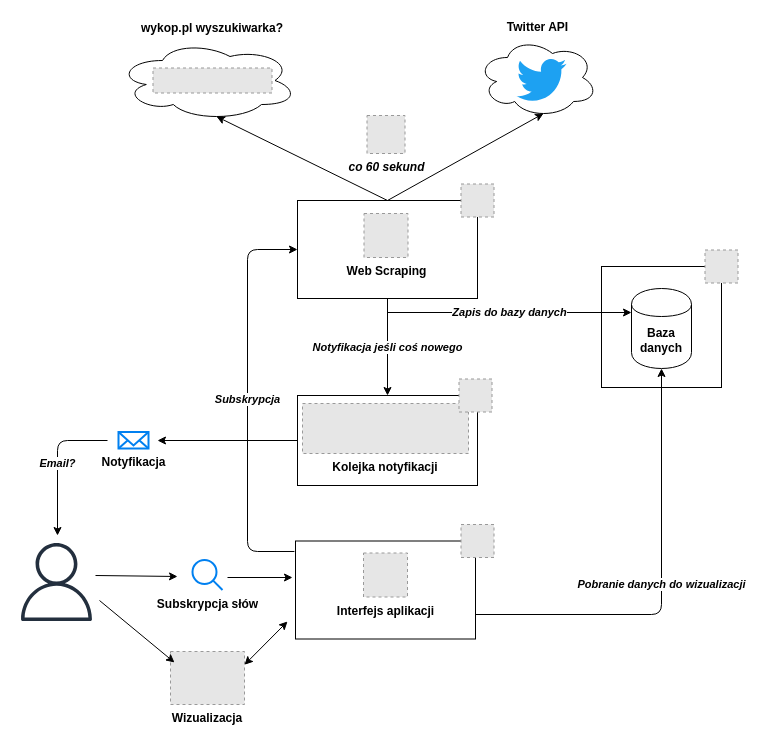
Earlier version of the draw.io diagram application_diagram.drawio (peterek333/WebMining). Source tidied: cells renumbered, new cells numbered last; positions are measured from the earlier drawing's top-left corner, leaving out a move shared by most shapes. Both pictures are drawn from the tidied source at 100%, with x=0, y=0 at pixel (17, 17). Pictures stored in the file or linked from it are replaced by grey dashed boxes.
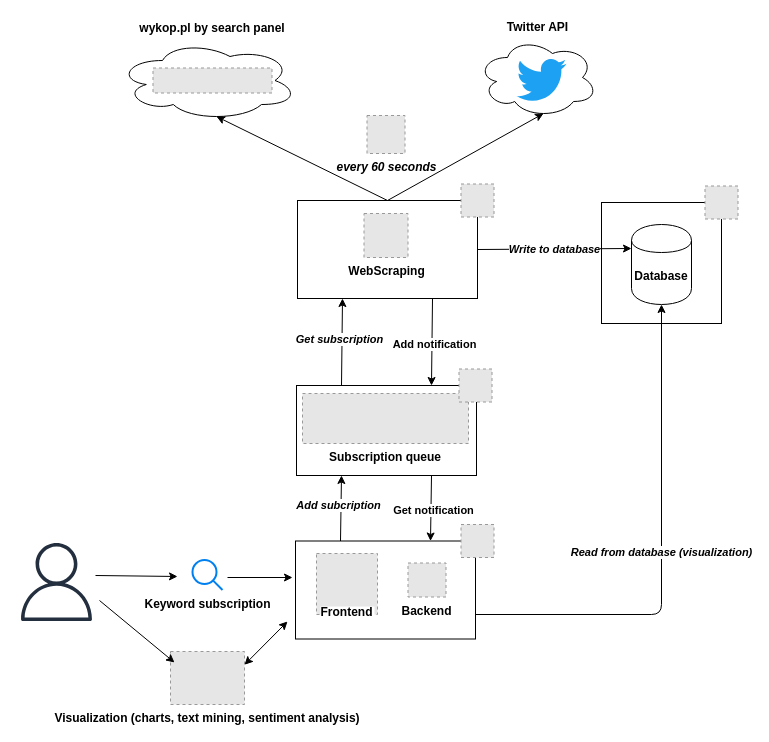
Above is the later version.

Unchanged cells that the change refers to:
```xml
<mxCell id="10" style="rounded=0;whiteSpace=wrap;html=1;" parent="1" vertex="1">
  <mxGeometry x="280" y="183" width="180" height="98" as="geometry" />
</mxCell>
<mxCell id="22" style="rounded=0;whiteSpace=wrap;html=1;" parent="1" vertex="1">
  <mxGeometry x="278" y="523.5" width="180" height="98" as="geometry" />
</mxCell>
```

Diff of the diagram source:
```diff
@@
-    <mxCell id="7" value="wykop.pl wyszukiwarka?" style="text;html=1;strokeColor=none;fillColor=none;align=center;verticalAlign=middle;whiteSpace=wrap;rounded=0;fontStyle=1;" parent="1" vertex="1">
+    <mxCell id="7" value="wykop.pl by search panel" style="text;html=1;strokeColor=none;fillColor=none;align=center;verticalAlign=middle;whiteSpace=wrap;rounded=0;fontStyle=1;" parent="1" vertex="1">
       <mxGeometry x="120" y="1" width="150" height="20" as="geometry" />
     </mxCell>
     <mxCell id="8" style="rounded=0;whiteSpace=wrap;html=1;" parent="1" vertex="1">
-      <mxGeometry x="280" y="378" width="180" height="90" as="geometry" />
+      <mxGeometry x="279" y="368" width="180" height="90" as="geometry" />
     </mxCell>
-    <mxCell id="9" value="Kolejka notyfikacji" style="fillColor=#E6E6E6;strokeColor=#999999;dashed=1;verticalLabelPosition=bottom;labelBackgroundColor=#ffffff;verticalAlign=top;fontStyle=1;" parent="1" vertex="1">
-      <mxGeometry x="285" y="386" width="166" height="50" as="geometry" />
+    <mxCell id="9" value="Subscription queue" style="fillColor=#E6E6E6;strokeColor=#999999;dashed=1;verticalLabelPosition=bottom;labelBackgroundColor=#ffffff;verticalAlign=top;fontStyle=1;" parent="1" vertex="1">
+      <mxGeometry x="285" y="376" width="166" height="50" as="geometry" />
     </mxCell>
@@
-    <mxCell id="11" value="&lt;b&gt;co 60 sekund&lt;/b&gt;&lt;br&gt;" style="fillColor=#E6E6E6;strokeColor=#999999;dashed=1;html=1;verticalAlign=top;verticalLabelPosition=bottom;labelBackgroundColor=#ffffff;fontStyle=2;" parent="1" vertex="1">
+    <mxCell id="11" value="&lt;b&gt;every 60 seconds&lt;/b&gt;&lt;br&gt;" style="fillColor=#E6E6E6;strokeColor=#999999;dashed=1;html=1;verticalAlign=top;verticalLabelPosition=bottom;labelBackgroundColor=#ffffff;fontStyle=2;" parent="1" vertex="1">
       <mxGeometry x="349.5" y="98" width="38" height="38" as="geometry" />
     </mxCell>
@@
-    <mxCell id="14" value="&lt;b&gt;Web Scraping&lt;/b&gt;" style="fillColor=#E6E6E6;strokeColor=#999999;dashed=1;html=1;verticalAlign=top;verticalLabelPosition=bottom;labelBackgroundColor=#ffffff;" parent="1" vertex="1">
+    <mxCell id="14" value="&lt;b&gt;WebScraping&lt;/b&gt;" style="fillColor=#E6E6E6;strokeColor=#999999;dashed=1;html=1;verticalAlign=top;verticalLabelPosition=bottom;labelBackgroundColor=#ffffff;" parent="1" vertex="1">
       <mxGeometry x="346.5" y="196" width="44" height="44" as="geometry" />
     </mxCell>
     <mxCell id="15" style="rounded=0;whiteSpace=wrap;html=1;" parent="1" vertex="1">
-      <mxGeometry x="584" y="249" width="120" height="121" as="geometry" />
+      <mxGeometry x="584" y="185" width="120" height="121" as="geometry" />
     </mxCell>
-    <mxCell id="16" value="&lt;b&gt;Baza danych&lt;/b&gt;" style="shape=cylinder;whiteSpace=wrap;html=1;boundedLbl=1;backgroundOutline=1;" parent="1" vertex="1">
-      <mxGeometry x="614" y="271" width="60" height="80" as="geometry" />
+    <mxCell id="16" value="&lt;b&gt;Database&lt;/b&gt;" style="shape=cylinder;whiteSpace=wrap;html=1;boundedLbl=1;backgroundOutline=1;" parent="1" vertex="1">
+      <mxGeometry x="614" y="207" width="60" height="80" as="geometry" />
     </mxCell>
-    <mxCell id="17" value="&lt;b&gt;&lt;i&gt;Zapis do bazy danych&lt;/i&gt;&lt;/b&gt;" style="endArrow=classic;html=1;entryX=0;entryY=0.3;entryDx=0;entryDy=0;" parent="1" edge="1" target="16">
-      <mxGeometry relative="1" as="geometry">
-        <mxPoint x="370" y="295" as="sourcePoint" />
-      </mxGeometry>
+    <mxCell id="17" value="&lt;b&gt;&lt;i&gt;Write to database&lt;/i&gt;&lt;/b&gt;" style="endArrow=classic;html=1;entryX=0;entryY=0.3;entryDx=0;entryDy=0;exitX=1;exitY=0.5;exitDx=0;exitDy=0;" parent="1" edge="1" source="10" target="16">
+      <mxGeometry relative="1" as="geometry" />
     </mxCell>
-    <mxCell id="18" value="&lt;b&gt;&lt;i&gt;Notyfikacja jeśli coś nowego&lt;/i&gt;&lt;/b&gt;" style="endArrow=classic;html=1;exitX=0.5;exitY=1;exitDx=0;exitDy=0;entryX=0.5;entryY=0;entryDx=0;entryDy=0;" parent="1" edge="1" source="10" target="8">
+    <mxCell id="18" value="&lt;b&gt;&lt;i&gt;Get subscription&lt;/i&gt;&lt;/b&gt;" style="endArrow=classic;html=1;exitX=0.25;exitY=0;exitDx=0;exitDy=0;entryX=0.25;entryY=1;entryDx=0;entryDy=0;spacingBottom=5;spacingLeft=-5;" parent="1" edge="1" source="8" target="10">
       <mxGeometry relative="1" as="geometry" />
     </mxCell>
-    <mxCell id="19" value="&lt;b&gt;Notyfikacja&lt;/b&gt;" style="html=1;verticalLabelPosition=bottom;align=center;labelBackgroundColor=#ffffff;verticalAlign=top;strokeWidth=2;strokeColor=#0080F0;fillColor=#ffffff;shadow=0;dashed=0;shape=mxgraph.ios7.icons.mail;" parent="1" vertex="1">
-      <mxGeometry x="101" y="414.5" width="30" height="16.5" as="geometry" />
-    </mxCell>
@@
-    <mxCell id="21" value="Wizualizacja" style="fillColor=#E6E6E6;strokeColor=#999999;dashed=1;verticalLabelPosition=bottom;labelBackgroundColor=#ffffff;verticalAlign=top;fontStyle=1;" parent="1" vertex="1">
+    <mxCell id="21" value="Visualization (charts, text mining, sentiment analysis)" style="fillColor=#E6E6E6;strokeColor=#999999;dashed=1;verticalLabelPosition=bottom;labelBackgroundColor=#ffffff;verticalAlign=top;fontStyle=1;" parent="1" vertex="1">
       <mxGeometry x="153" y="634" width="74" height="53" as="geometry" />
     </mxCell>
@@
-    <mxCell id="23" value="&lt;b&gt;Interfejs aplikacji&lt;br&gt;&lt;br&gt;&lt;/b&gt;" style="fillColor=#E6E6E6;strokeColor=#999999;dashed=1;html=1;verticalAlign=top;verticalLabelPosition=bottom;labelBackgroundColor=#ffffff;" parent="1" vertex="1">
-      <mxGeometry x="346" y="535.5" width="44" height="44" as="geometry" />
-    </mxCell>
@@
-    <mxCell id="26" value="&lt;b&gt;&lt;i&gt;Pobranie danych do wizualizacji&lt;/i&gt;&lt;/b&gt;" style="endArrow=classic;html=1;exitX=1;exitY=0.75;exitDx=0;exitDy=0;entryX=0.5;entryY=1;entryDx=0;entryDy=0;" parent="1" edge="1" source="22" target="16">
+    <mxCell id="26" value="&lt;b&gt;&lt;i&gt;Read from database (visualization)&lt;/i&gt;&lt;/b&gt;" style="endArrow=classic;html=1;exitX=1;exitY=0.75;exitDx=0;exitDy=0;entryX=0.5;entryY=1;entryDx=0;entryDy=0;" parent="1" edge="1" source="22" target="16">
       <mxGeometry relative="1" as="geometry">
         <Array as="points">
           <mxPoint x="644" y="597" />
         </Array>
       </mxGeometry>
     </mxCell>
-    <mxCell id="27" value="&lt;b&gt;Subskrypcja słów&lt;/b&gt;&lt;br&gt;" style="html=1;verticalLabelPosition=bottom;align=center;labelBackgroundColor=#ffffff;verticalAlign=top;strokeWidth=2;strokeColor=#0080F0;fillColor=#ffffff;shadow=0;dashed=0;shape=mxgraph.ios7.icons.looking_glass;" parent="1" vertex="1">
+    <mxCell id="27" value="&lt;b&gt;Keyword subscription&lt;/b&gt;" style="html=1;verticalLabelPosition=bottom;align=center;labelBackgroundColor=#ffffff;verticalAlign=top;strokeWidth=2;strokeColor=#0080F0;fillColor=#ffffff;shadow=0;dashed=0;shape=mxgraph.ios7.icons.looking_glass;" parent="1" vertex="1">
       <mxGeometry x="175" y="542.5" width="30" height="30" as="geometry" />
     </mxCell>
@@
-    <mxCell id="30" value="&lt;b&gt;&lt;i&gt;Subskrypcja&lt;/i&gt;&lt;/b&gt;" style="endArrow=classic;html=1;exitX=-0.006;exitY=0.107;exitDx=0;exitDy=0;exitPerimeter=0;entryX=0;entryY=0.5;entryDx=0;entryDy=0;" parent="1" edge="1" source="22" target="10">
-      <mxGeometry relative="1" as="geometry">
-        <Array as="points">
-          <mxPoint x="230" y="534" />
-          <mxPoint x="230" y="232" />
-        </Array>
-      </mxGeometry>
-    </mxCell>
-    <mxCell id="31" style="endArrow=classic;html=1;exitX=0;exitY=0.5;exitDx=0;exitDy=0;" parent="1" edge="1" source="8">
-      <mxGeometry relative="1" as="geometry">
-        <mxPoint x="140" y="423" as="targetPoint" />
-      </mxGeometry>
-    </mxCell>
-    <mxCell id="32" value="&lt;b&gt;&lt;i&gt;Email?&lt;/i&gt;&lt;/b&gt;" style="endArrow=classic;html=1;" parent="1" edge="1">
-      <mxGeometry relative="1" as="geometry">
-        <mxPoint x="90" y="423" as="sourcePoint" />
-        <mxPoint x="40" y="518" as="targetPoint" />
-        <Array as="points">
-          <mxPoint x="40" y="423" />
-        </Array>
-      </mxGeometry>
-    </mxCell>
@@
     <mxCell id="34" style="fillColor=#E6E6E6;strokeColor=#999999;dashed=1;html=1;verticalAlign=top;verticalLabelPosition=bottom;labelBackgroundColor=#ffffff;" parent="1" vertex="1">
-      <mxGeometry x="687.5" y="232.5" width="33" height="33" as="geometry" />
+      <mxGeometry x="687.5" y="168.5" width="33" height="33" as="geometry" />
     </mxCell>
     <mxCell id="35" style="fillColor=#E6E6E6;strokeColor=#999999;dashed=1;html=1;verticalAlign=top;verticalLabelPosition=bottom;labelBackgroundColor=#ffffff;" parent="1" vertex="1">
-      <mxGeometry x="441.5" y="361.5" width="33" height="33" as="geometry" />
+      <mxGeometry x="441.5" y="351.5" width="33" height="33" as="geometry" />
     </mxCell>
@@
+    <mxCell id="37" value="&lt;b&gt;&lt;i&gt;Add subcription&lt;br&gt;&lt;/i&gt;&lt;/b&gt;" style="endArrow=classic;html=1;exitX=0.25;exitY=0;exitDx=0;exitDy=0;entryX=0.25;entryY=1;entryDx=0;entryDy=0;spacingBottom=5;spacingLeft=-5;" parent="1" edge="1" source="22" target="8">
+      <mxGeometry relative="1" as="geometry" />
+    </mxCell>
+    <mxCell id="38" value="Backend" style="fillColor=#E6E6E6;strokeColor=#999999;dashed=1;verticalLabelPosition=bottom;labelBackgroundColor=#ffffff;verticalAlign=top;fontStyle=1;" parent="1" vertex="1">
+      <mxGeometry x="390.5" y="545.5" width="38" height="34" as="geometry" />
+    </mxCell>
+    <mxCell id="39" value="Frontend" style="fillColor=#E6E6E6;strokeColor=#999999;dashed=1;verticalLabelPosition=bottom;labelBackgroundColor=#ffffff;verticalAlign=top;fontStyle=1;spacingTop=-16;" parent="1" vertex="1">
+      <mxGeometry x="299" y="536" width="61" height="61" as="geometry" />
+    </mxCell>
+    <mxCell id="40" value="&lt;b&gt;Add notification&lt;/b&gt;" style="endArrow=classic;html=1;exitX=0.75;exitY=1;exitDx=0;exitDy=0;entryX=0.75;entryY=0;entryDx=0;entryDy=0;spacingBottom=-5;spacingLeft=5;" parent="1" edge="1" source="10" target="8">
+      <mxGeometry relative="1" as="geometry" />
+    </mxCell>
+    <mxCell id="41" value="&lt;b&gt;Get notification&lt;/b&gt;" style="endArrow=classic;html=1;exitX=0.75;exitY=1;exitDx=0;exitDy=0;entryX=0.75;entryY=0;entryDx=0;entryDy=0;spacingBottom=-5;spacingLeft=5;" parent="1" edge="1" source="8" target="22">
+      <mxGeometry relative="1" as="geometry" />
+    </mxCell>
```
